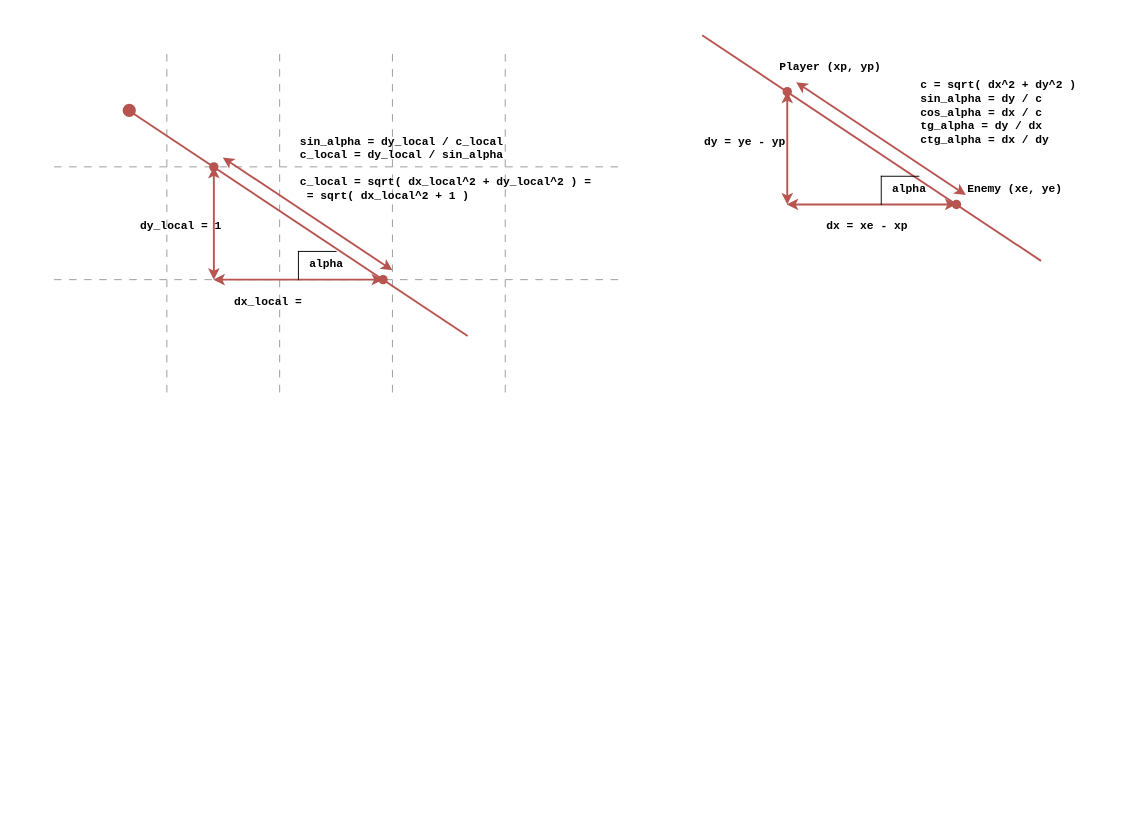
This is Untitled Diagram.drawio from h4sski-programming/2D_top_shooter, a draw.io file, before an edit. Source tidied: cells renumbered, new cells numbered last; positions are measured from the earlier drawing's top-left corner, leaving out a move shared by most shapes. Both pictures are drawn from the tidied source at 94%, with x=0, y=0 at pixel (54, 35).
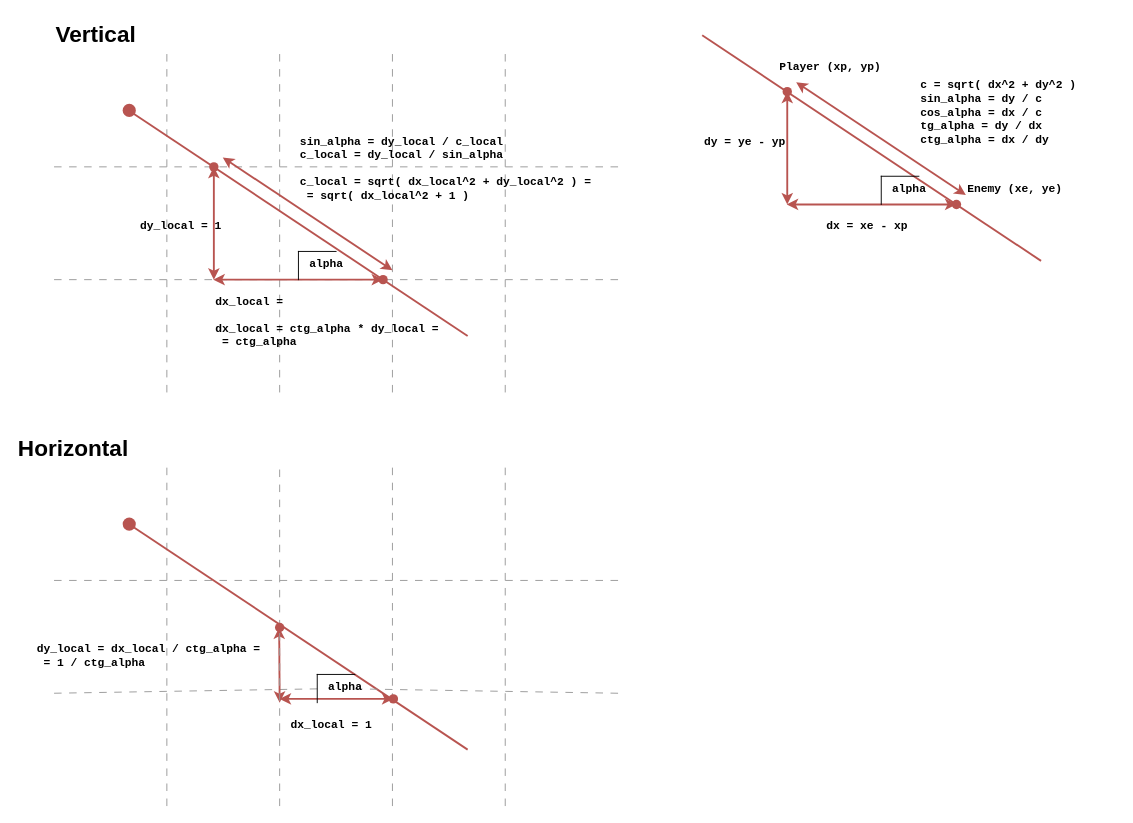
Above is the later version.

Change to the diagram source:
```diff
@@
-    <mxCell id="15" value="&lt;div&gt;dx_local = &lt;br&gt;&lt;/div&gt;" style="text;strokeColor=none;fillColor=none;html=1;fontSize=12;fontStyle=1;verticalAlign=top;align=left;fontFamily=Courier New;" parent="1" vertex="1">
-      <mxGeometry x="190" y="270" width="100" height="40" as="geometry" />
+    <mxCell id="15" value="&lt;div&gt;dx_local = &lt;br&gt;&lt;/div&gt;&lt;div&gt;&lt;br&gt;&lt;div&gt;dx_local = ctg_alpha * dy_local =&lt;/div&gt;&lt;div&gt;&lt;span style=&quot;white-space: pre;&quot;&gt; &lt;/span&gt;= ctg_alpha&lt;br&gt;&lt;/div&gt;&lt;/div&gt;" style="text;strokeColor=none;fillColor=none;html=1;fontSize=12;fontStyle=1;verticalAlign=top;align=left;fontFamily=Courier New;" parent="1" vertex="1">
+      <mxGeometry x="170" y="270" width="230" height="80" as="geometry" />
     </mxCell>
@@
+    <mxCell id="33" style="endArrow=none;html=1;rounded=0;dashed=1;dashPattern=8 8;strokeColor=#999999;fontFamily=Courier New;" parent="1" edge="1">
+      <mxGeometry relative="1" as="geometry">
+        <mxPoint x="120" y="820" as="sourcePoint" />
+        <mxPoint x="120" y="460" as="targetPoint" />
+      </mxGeometry>
+    </mxCell>
+    <mxCell id="34" style="endArrow=none;html=1;rounded=0;dashed=1;dashPattern=8 8;strokeColor=#999999;fontFamily=Courier New;" parent="1" edge="1" source="49">
+      <mxGeometry relative="1" as="geometry">
+        <mxPoint x="240" y="460" as="targetPoint" />
+      </mxGeometry>
+    </mxCell>
+    <mxCell id="35" style="endArrow=none;html=1;rounded=0;dashed=1;dashPattern=8 8;strokeColor=#999999;fontFamily=Courier New;" parent="1" edge="1">
+      <mxGeometry relative="1" as="geometry">
+        <mxPoint x="360" y="820" as="sourcePoint" />
+        <mxPoint x="360" y="460" as="targetPoint" />
+      </mxGeometry>
+    </mxCell>
+    <mxCell id="36" style="endArrow=none;html=1;rounded=0;dashed=1;dashPattern=8 8;strokeColor=#999999;fontFamily=Courier New;" parent="1" edge="1">
+      <mxGeometry relative="1" as="geometry">
+        <mxPoint x="480" y="820" as="sourcePoint" />
+        <mxPoint x="480" y="460" as="targetPoint" />
+      </mxGeometry>
+    </mxCell>
+    <mxCell id="37" style="endArrow=none;html=1;rounded=0;dashed=1;dashPattern=8 8;strokeColor=#999999;fontFamily=Courier New;" parent="1" edge="1">
+      <mxGeometry relative="1" as="geometry">
+        <mxPoint x="600" y="580" as="sourcePoint" />
+        <mxPoint y="580" as="targetPoint" />
+      </mxGeometry>
+    </mxCell>
+    <mxCell id="38" style="endArrow=none;html=1;rounded=0;dashed=1;dashPattern=8 8;strokeColor=#999999;fontFamily=Courier New;" parent="1" edge="1" source="51">
+      <mxGeometry relative="1" as="geometry">
+        <mxPoint y="700" as="targetPoint" />
+      </mxGeometry>
+    </mxCell>
+    <mxCell id="39" style="shape=waypoint;sketch=0;fillStyle=solid;size=6;fillColor=#f8cecc;perimeter=centerPerimeter;fontSize=30;strokeWidth=5;strokeColor=#b85450;fontFamily=Courier New;" parent="1" vertex="1">
+      <mxGeometry x="70" y="510" width="20" height="20" as="geometry" />
+    </mxCell>
+    <mxCell id="40" style="endArrow=none;html=1;rounded=0;fillColor=#f8cecc;strokeColor=#b85450;strokeWidth=2;fontFamily=Courier New;" parent="1" edge="1">
+      <mxGeometry relative="1" as="geometry">
+        <mxPoint x="440" y="760" as="sourcePoint" />
+        <mxPoint x="79.5" y="520" as="targetPoint" />
+      </mxGeometry>
+    </mxCell>
+    <mxCell id="41" style="shape=waypoint;sketch=0;fillStyle=solid;size=6;points=[];fillColor=#f8cecc;perimeter=centerPerimeter;snapToPoint=1;fontSize=30;strokeWidth=3;strokeColor=#b85450;fontFamily=Courier New;" parent="1" vertex="1">
+      <mxGeometry x="351" y="696" width="20" height="20" as="geometry" />
+    </mxCell>
+    <mxCell id="42" style="endArrow=classic;startArrow=classic;html=1;rounded=0;fillColor=#f8cecc;strokeColor=#b85450;strokeWidth=2;fontFamily=Courier New;" parent="1" edge="1">
+      <mxGeometry relative="1" as="geometry">
+        <mxPoint x="240" y="710" as="sourcePoint" />
+        <mxPoint x="239.5" y="630" as="targetPoint" />
+      </mxGeometry>
+    </mxCell>
+    <mxCell id="43" style="endArrow=classic;startArrow=classic;html=1;rounded=0;fillColor=#f8cecc;strokeColor=#b85450;strokeWidth=2;exitX=0.1;exitY=1.1;exitDx=0;exitDy=0;exitPerimeter=0;fontFamily=Courier New;" parent="1" edge="1" source="41">
+      <mxGeometry relative="1" as="geometry">
+        <mxPoint x="240" y="706" as="targetPoint" />
+      </mxGeometry>
+    </mxCell>
+    <mxCell id="44" value="&lt;div&gt;dy_local = dx_local / ctg_alpha =&lt;/div&gt;&lt;div&gt;&lt;span style=&quot;white-space: pre;&quot;&gt; &lt;/span&gt;= 1 / ctg_alpha&lt;br&gt;&lt;/div&gt;" style="text;strokeColor=none;fillColor=none;html=1;fontSize=12;fontStyle=1;verticalAlign=top;align=left;fontFamily=Courier New;" parent="1" vertex="1">
+      <mxGeometry x="-20" y="640" width="240" height="80" as="geometry" />
+    </mxCell>
+    <mxCell id="45" value="&lt;div&gt;dx_local = 1&lt;br&gt;&lt;/div&gt;" style="text;strokeColor=none;fillColor=none;html=1;fontSize=12;fontStyle=1;verticalAlign=top;align=left;fontFamily=Courier New;" parent="1" vertex="1">
+      <mxGeometry x="250" y="720" width="230" height="80" as="geometry" />
+    </mxCell>
+    <mxCell id="46" value="&lt;div align=&quot;left&quot;&gt;Vertical&lt;/div&gt;" style="text;strokeColor=none;fillColor=none;html=1;fontSize=24;fontStyle=1;verticalAlign=middle;align=left;" parent="1" vertex="1">
+      <mxGeometry y="-20" width="200" height="40" as="geometry" />
+    </mxCell>
+    <mxCell id="47" value="&lt;div align=&quot;left&quot;&gt;Horizontal&lt;/div&gt;" style="text;strokeColor=none;fillColor=none;html=1;fontSize=24;fontStyle=1;verticalAlign=middle;align=left;" parent="1" vertex="1">
+      <mxGeometry x="-40" y="420" width="200" height="40" as="geometry" />
+    </mxCell>
+    <mxCell id="48" style="endArrow=none;html=1;rounded=0;dashed=1;dashPattern=8 8;strokeColor=#999999;fontFamily=Courier New;" parent="1" edge="1" target="49">
+      <mxGeometry relative="1" as="geometry">
+        <mxPoint x="240" y="820" as="sourcePoint" />
+      </mxGeometry>
+    </mxCell>
+    <mxCell id="49" style="shape=waypoint;sketch=0;fillStyle=solid;size=6;points=[];fillColor=#f8cecc;perimeter=centerPerimeter;snapToPoint=1;fontSize=30;strokeWidth=3;strokeColor=#b85450;fontFamily=Courier New;" parent="1" vertex="1">
+      <mxGeometry x="230" y="620" width="20" height="20" as="geometry" />
+    </mxCell>
+    <mxCell id="50" style="endArrow=none;html=1;rounded=0;dashed=1;dashPattern=8 8;strokeColor=#999999;fontFamily=Courier New;" parent="1" edge="1" target="51">
+      <mxGeometry relative="1" as="geometry">
+        <mxPoint x="600" y="700" as="sourcePoint" />
+      </mxGeometry>
+    </mxCell>
+    <mxCell id="51" style="shape=partialRectangle;whiteSpace=wrap;html=1;bottom=0;right=0;fillColor=none;" parent="1" vertex="1">
+      <mxGeometry x="280" y="680" width="40" height="30" as="geometry" />
+    </mxCell>
+    <mxCell id="52" value="&lt;div&gt;alpha&lt;br&gt;&lt;/div&gt;" style="text;strokeColor=none;fillColor=none;html=1;fontSize=12;fontStyle=1;verticalAlign=top;align=left;fontFamily=Courier New;" parent="1" vertex="1">
+      <mxGeometry x="290" y="680" width="100" height="40" as="geometry" />
+    </mxCell>
```
